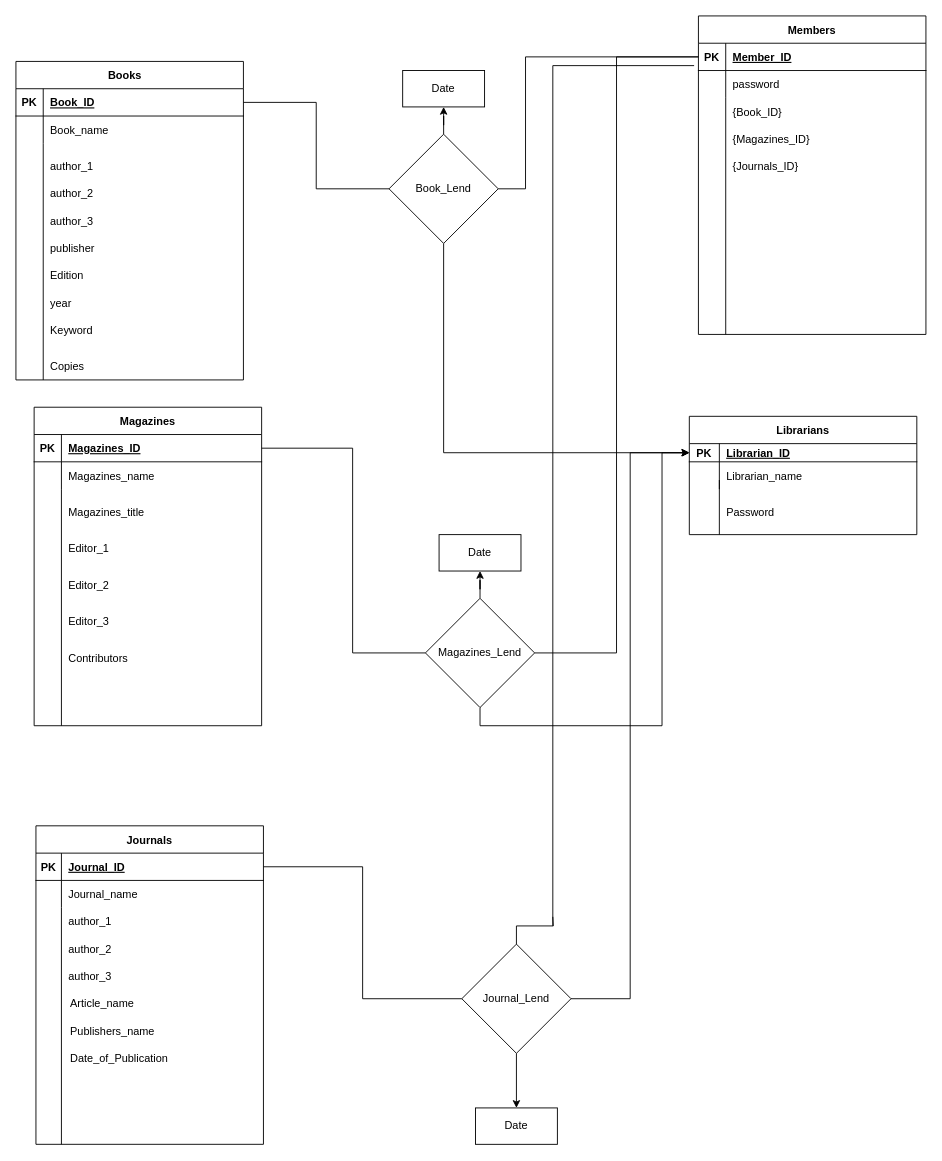
tanand4/Library-management-system keeps this draw.io diagram as page "Page-1" (1 of 2) of Untitled Diagram.drawio. Above is the earlier version. Source tidied: cells renumbered, new cells numbered last; positions are measured from the earlier drawing's top-left corner, leaving out a move shared by most shapes. Both pictures are drawn from the tidied source at 91%, with x=0, y=0 at pixel (15, 15).
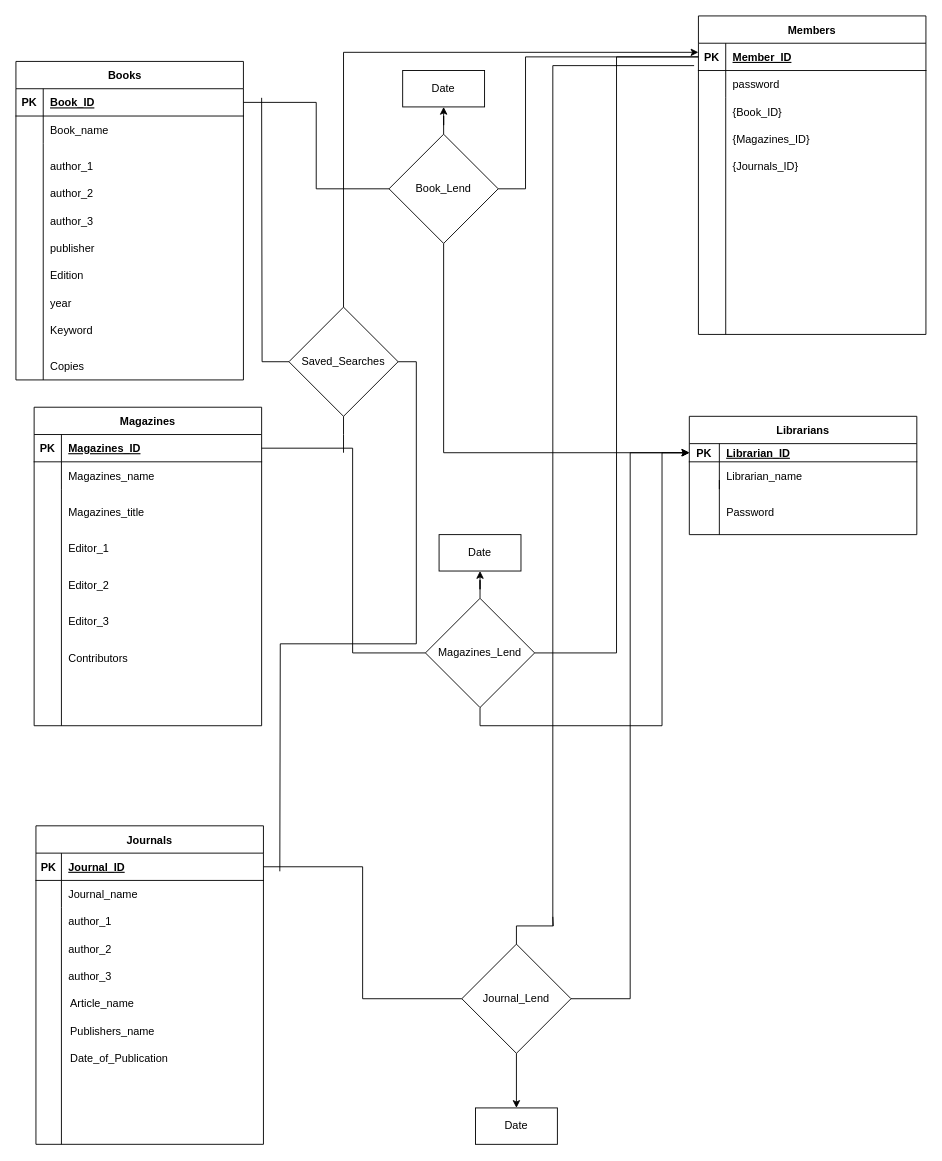
Above is the later version.

Unchanged cells that the change refers to:
```xml
<mxCell id="73" style="shape=partialRectangle;fillColor=none;points=[[0,0.5],[1,0.5]];portConstraint=eastwest;top=0;left=0;right=0;bottom=1;" parent="72" vertex="1">
  <mxGeometry y="30" width="250" height="30" as="geometry" />
</mxCell>
```

Diff of the diagram source:
```diff
@@
+    <mxCell id="111" style="edgeStyle=orthogonalEdgeStyle;rounded=0;jettySize=auto;html=1;startArrow=none;startFill=0;endArrow=classic;endFill=1;" parent="1" edge="1" source="115" target="73">
+      <mxGeometry relative="1" as="geometry">
+        <Array as="points">
+          <mxPoint x="360" y="40" />
+        </Array>
+      </mxGeometry>
+    </mxCell>
+    <mxCell id="112" style="edgeStyle=orthogonalEdgeStyle;rounded=0;jettySize=auto;html=1;startArrow=none;startFill=0;endArrow=none;endFill=0;" parent="1" edge="1" source="115">
+      <mxGeometry relative="1" as="geometry">
+        <mxPoint x="270" y="90" as="targetPoint" />
+      </mxGeometry>
+    </mxCell>
+    <mxCell id="113" style="edgeStyle=orthogonalEdgeStyle;rounded=0;jettySize=auto;html=1;exitX=1;exitY=0.5;exitDx=0;exitDy=0;startArrow=none;startFill=0;endArrow=none;endFill=0;" parent="1" edge="1" source="115">
+      <mxGeometry relative="1" as="geometry">
+        <mxPoint x="290" y="940" as="targetPoint" />
+      </mxGeometry>
+    </mxCell>
+    <mxCell id="114" style="edgeStyle=orthogonalEdgeStyle;rounded=0;jettySize=auto;html=1;startArrow=none;startFill=0;endArrow=none;endFill=0;" parent="1" edge="1" source="115">
+      <mxGeometry relative="1" as="geometry">
+        <mxPoint x="360" y="480" as="targetPoint" />
+      </mxGeometry>
+    </mxCell>
+    <mxCell id="115" value="Saved_Searches" style="rhombus;whiteSpace=wrap;html=1;" parent="1" vertex="1">
+      <mxGeometry x="300" y="320" width="120" height="120" as="geometry" />
+    </mxCell>
```
